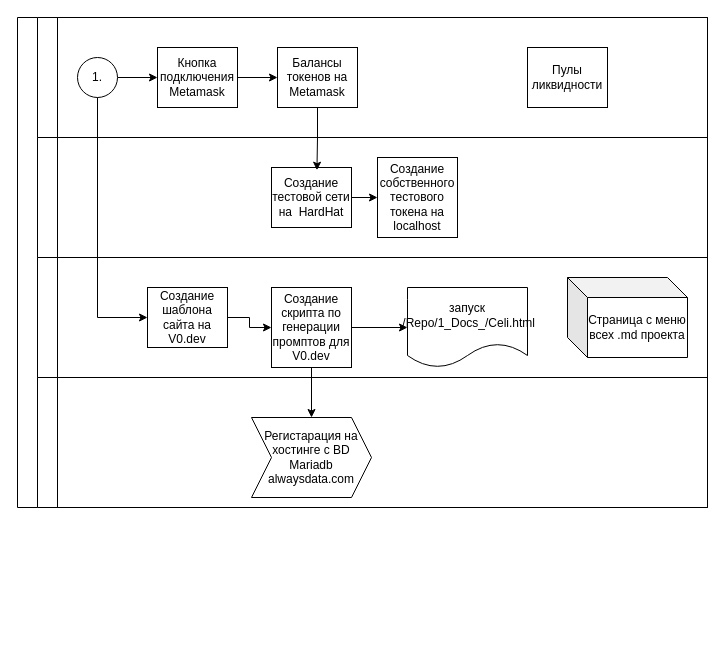
Earlier version of the draw.io diagram HardHat_1.drawio (ElvenRivendil/Diagrams_blocks_algoritms). Source tidied: cells renumbered, new cells numbered last; positions are measured from the earlier drawing's top-left corner, leaving out a move shared by most shapes. Both pictures are drawn from the tidied source at 100%, with x=0, y=0 at pixel (17, 17).
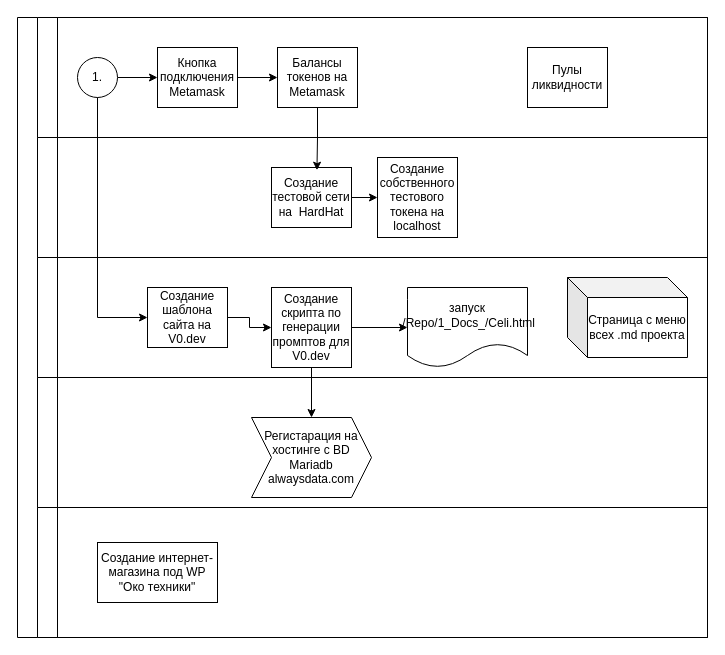
The same page after the edit.

Commit message:
ИМ "Око техники"  сайт под WP

Change to the diagram source:
```diff
@@
     <mxCell id="2" style="swimlane;html=1;horizontal=0;startSize=20;" parent="1" vertex="1">
-      <mxGeometry width="690" height="490" as="geometry" />
+      <mxGeometry width="690" height="620" as="geometry" />
     </mxCell>
@@
+    <mxCell id="26" style="swimlane;html=1;startSize=20;horizontal=0;" parent="2" vertex="1">
+      <mxGeometry x="20" y="490" width="670" height="130" as="geometry" />
+    </mxCell>
+    <mxCell id="27" value="Создание интернет-магазина под WP&lt;br&gt;&quot;Око техники&quot;" style="rounded=0;whiteSpace=wrap;html=1;" parent="26" vertex="1">
+      <mxGeometry x="60" y="35" width="120" height="60" as="geometry" />
+    </mxCell>
```
